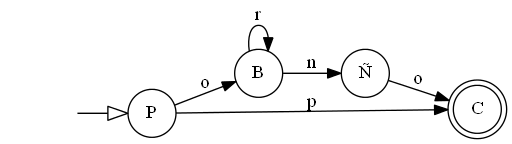
Before: salida.gv.png, a diagram exported from Graphviz (SevenPok/Proyecto_1_LF). Its source is kept beside it as salida.gv. The source it was exported from:
```dot
digraph salida {
	rankdir=LR size="8,5"
	node [shape=circle]
	"Ñ"
	P
	B
	node [shape=doublecircle]
	C
	"Ñ" -> C [label=o]
	P -> C [label=p]
	P -> B [label=o]
	B -> "Ñ" [label=n]
	B -> B [label=r]
	node [shape=none]
	edge [arrowhead=empty arrowsize=1.5]
	"" -> P
}
```
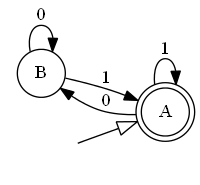
The same diagram one commit later.

What changed in the source:
```diff
@@ -1,17 +1,14 @@
 digraph salida {
 	rankdir=LR size="8,5"
 	node [shape=circle]
-	"Ñ"
-	P
 	B
 	node [shape=doublecircle]
-	C
-	"Ñ" -> C [label=o]
-	P -> C [label=p]
-	P -> B [label=o]
-	B -> "Ñ" [label=n]
-	B -> B [label=r]
+	A
+	A -> B [label=0]
+	A -> A [label=1]
+	B -> B [label=0]
+	B -> A [label=1]
 	node [shape=none]
 	edge [arrowhead=empty arrowsize=1.5]
-	"" -> P
+	"" -> A
 }
```
